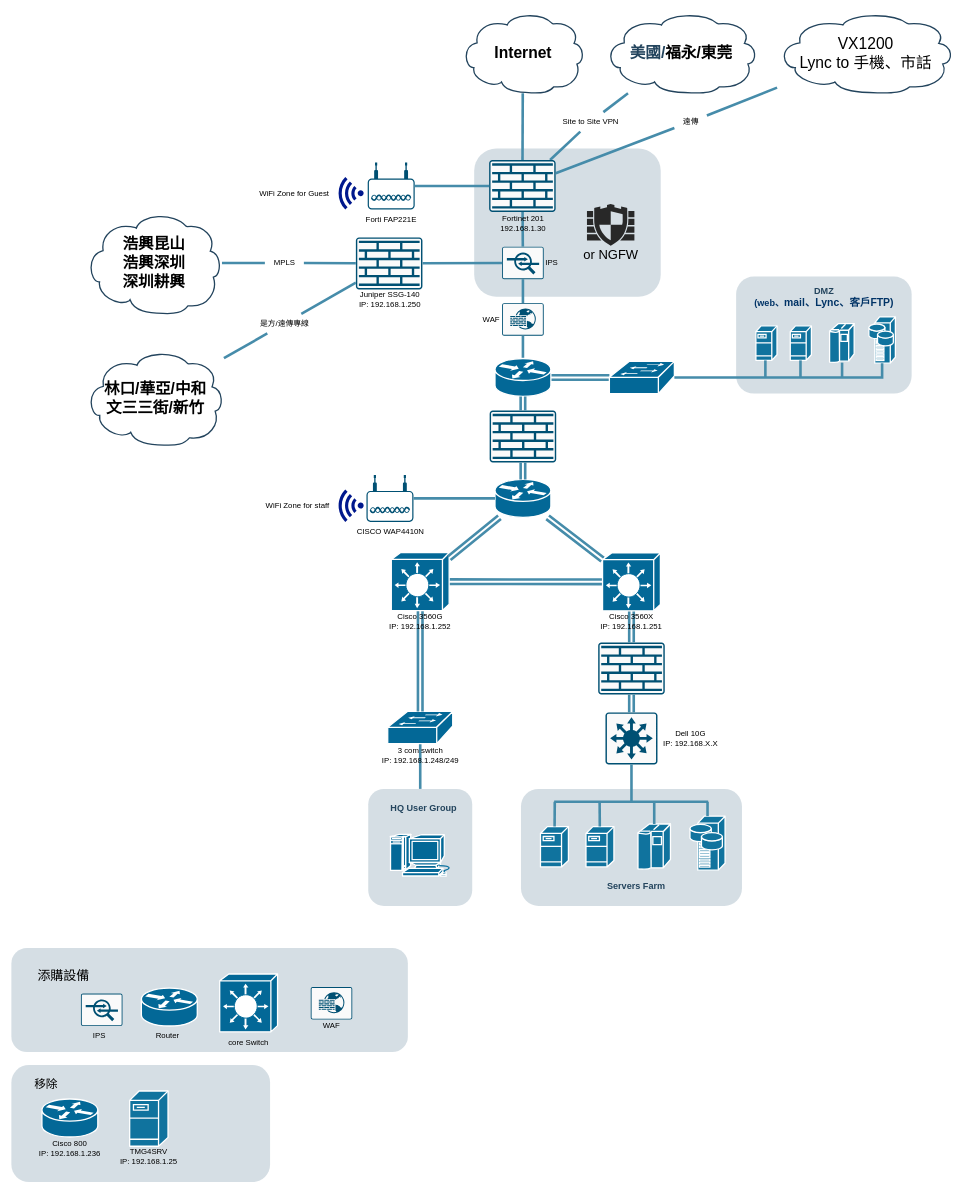
KevinKuo2519/AI-Prpgram keeps this draw.io diagram as HQ-V2.drawio. Above is the earlier version. Source tidied: cells renumbered, new cells numbered last; positions are measured from the earlier drawing's top-left corner, leaving out a move shared by most shapes. Both pictures are drawn from the tidied source at 65%, with x=0, y=0 at pixel (11, 12).
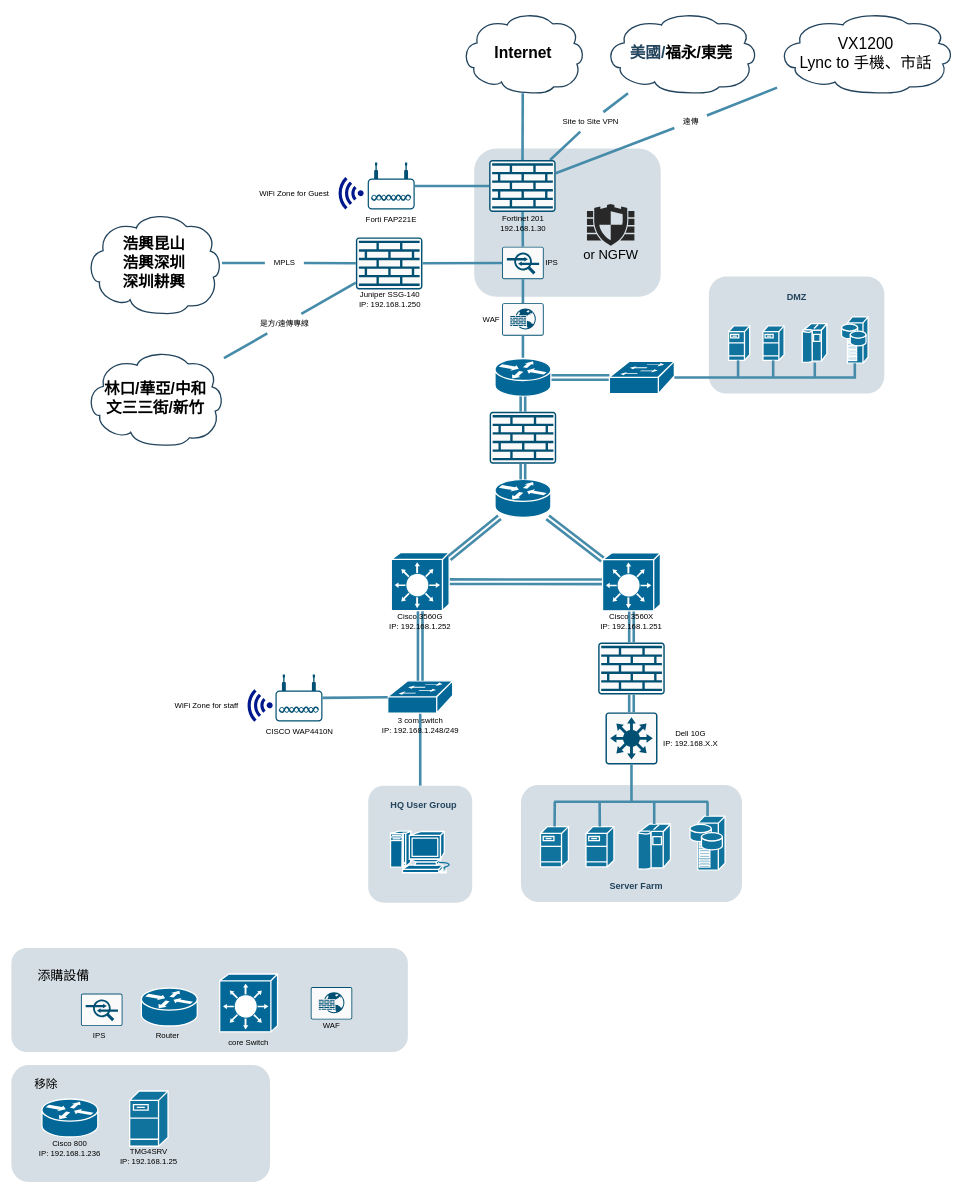
After the change.

The change refers to these unchanged cells:
```xml
<mxCell id="25" style="shape=mxgraph.cisco.switches.workgroup_switch;sketch=0;html=1;dashed=0;fillColor=#036897;strokeColor=#ffffff;strokeWidth=2;verticalLabelPosition=bottom;verticalAlign=top;align=center;outlineConnect=0;" parent="24" vertex="1">
  <mxGeometry x="12.2" width="100" height="49.5" as="geometry" />
</mxCell>
<mxCell id="50" style="shape=mxgraph.cisco.routers.router;sketch=0;html=1;dashed=0;fillColor=#036897;strokeColor=#ffffff;strokeWidth=2;verticalLabelPosition=bottom;verticalAlign=top;align=center;outlineConnect=0;" parent="1" vertex="1">
  <mxGeometry x="744" y="719" width="86" height="58.4" as="geometry" />
</mxCell>
```

Change to the diagram source:
```diff
@@
     <mxCell id="2" style="group;" parent="1" vertex="1">
-      <mxGeometry x="1115" y="407" width="270" height="180" as="geometry" />
+      <mxGeometry x="1073" y="407" width="270" height="180" as="geometry" />
     </mxCell>
@@
-    <mxCell id="4" value="&lt;font style=&quot;border-color: var(--border-color);&quot; color=&quot;#23445d&quot;&gt;DMZ&lt;/font&gt;&lt;br style=&quot;border-color: var(--border-color);&quot;&gt;&lt;font style=&quot;border-color: var(--border-color);&quot; color=&quot;#003366&quot;&gt;(web、&lt;span style=&quot;border-color: var(--border-color); font-size: 12pt; font-family: Calibri, sans-serif;&quot; lang=&quot;EN-US&quot;&gt;mail&lt;/span&gt;&lt;span style=&quot;border-color: var(--border-color); font-size: 12pt; font-family: 新細明體, serif;&quot;&gt;、&lt;/span&gt;&lt;span style=&quot;border-color: var(--border-color); font-size: 12pt; font-family: Calibri, sans-serif;&quot; lang=&quot;EN-US&quot;&gt;Lync&lt;/span&gt;&lt;span style=&quot;border-color: var(--border-color); font-size: 12pt; font-family: 新細明體, serif;&quot;&gt;、客戶&lt;/span&gt;&lt;span style=&quot;border-color: var(--border-color); font-size: 12pt; font-family: Calibri, sans-serif;&quot; lang=&quot;EN-US&quot;&gt;FTP)&lt;/span&gt;&lt;/font&gt;" style="rounded=1;whiteSpace=wrap;html=1;strokeColor=none;fillColor=none;fontSize=14;fontColor=#742B21;align=center;fontStyle=1;" parent="2" vertex="1">
+    <mxCell id="4" value="&lt;font style=&quot;border-color: var(--border-color);&quot; color=&quot;#23445d&quot;&gt;DMZ&lt;/font&gt;" style="rounded=1;whiteSpace=wrap;html=1;strokeColor=none;fillColor=none;fontSize=14;fontColor=#742B21;align=center;fontStyle=1;" parent="2" vertex="1">
       <mxGeometry x="14.5" y="22.7" width="241" height="19" as="geometry" />
     </mxCell>
@@
     <mxCell id="12" style="rounded=1;whiteSpace=wrap;html=1;strokeColor=none;fillColor=#BAC8D3;fontSize=24;fontColor=#23445D;align=center;opacity=60;" parent="1" vertex="1">
-      <mxGeometry x="784" y="1195.2" width="340" height="180" as="geometry" />
+      <mxGeometry x="784" y="1189.2" width="340" height="180" as="geometry" />
     </mxCell>
@@
     <mxCell id="20" value="&lt;p style=&quot;margin-top: 0pt; margin-bottom: 0pt; margin-left: 0in; direction: ltr; unicode-bidi: embed; word-break: normal; font-size: 24px;&quot;&gt;&lt;br&gt;&lt;/p&gt;" style="text;html=1;align=center;verticalAlign=middle;strokeColor=none;fillColor=none;" parent="1" vertex="1">
-      <mxGeometry x="585.5" y="1068.2" width="20" height="40" as="geometry" />
+      <mxGeometry x="585.5" y="1021.2" width="20" height="40" as="geometry" />
     </mxCell>
@@
     <mxCell id="24" style="group;" parent="1" vertex="1">
-      <mxGeometry x="566.8" y="1076" width="124.5" height="83" as="geometry" />
+      <mxGeometry x="566.8" y="1029" width="124.5" height="83" as="geometry" />
     </mxCell>
@@
     <mxCell id="28" style="group;" parent="1" vertex="1">
-      <mxGeometry x="549" y="1195.2" width="160" height="180" as="geometry" />
+      <mxGeometry x="549" y="1190.2" width="160" height="180" as="geometry" />
     </mxCell>
@@
-    <mxCell id="97" value="&lt;font color=&quot;#23445d&quot;&gt;Servers Farm&lt;/font&gt;" style="rounded=1;whiteSpace=wrap;html=1;strokeColor=none;fillColor=none;fontSize=14;fontColor=#742B21;align=center;fontStyle=1;" parent="1" vertex="1">
+    <mxCell id="97" value="&lt;font color=&quot;#23445d&quot;&gt;Server Farm&lt;/font&gt;" style="rounded=1;whiteSpace=wrap;html=1;strokeColor=none;fillColor=none;fontSize=14;fontColor=#742B21;align=center;fontStyle=1;" parent="1" vertex="1">
       <mxGeometry x="890" y="1335" width="143" height="19" as="geometry" />
     </mxCell>
@@
     <mxCell id="109" style="sketch=0;points=[[0.015,0.015,0],[0.985,0.015,0],[0.985,0.985,0],[0.015,0.985,0],[0.25,0,0],[0.5,0,0],[0.75,0,0],[1,0.25,0],[1,0.5,0],[1,0.75,0],[0.75,1,0],[0.5,1,0],[0.25,1,0],[0,0.75,0],[0,0.5,0],[0,0.25,0]];verticalLabelPosition=bottom;html=1;verticalAlign=top;align=center;shape=mxgraph.cisco19.rect;prIcon=firewall;fillColor=#FAFAFA;strokeColor=#005073;" parent="1" vertex="1">
-      <mxGeometry x="735.8" y="613" width="102.4" height="80" as="geometry" />
+      <mxGeometry x="735.8" y="615" width="102.4" height="80" as="geometry" />
     </mxCell>
@@
     <mxCell id="116" style="sketch=0;shadow=0;dashed=0;html=1;strokeColor=none;labelPosition=center;verticalLabelPosition=bottom;verticalAlign=top;align=center;fillColor=#00188D;shape=mxgraph.mscae.enterprise.wireless_connection;direction=west;" parent="1" vertex="1">
-      <mxGeometry x="500" y="734.4" width="42" height="50" as="geometry" />
+      <mxGeometry x="360" y="1041.7" width="42" height="50" as="geometry" />
     </mxCell>
@@
     <mxCell id="118" value="WiFi Zone for staff" style="text;html=1;align=center;verticalAlign=middle;strokeColor=none;fillColor=none;" parent="1" vertex="1">
-      <mxGeometry x="380" y="744.4" width="120" height="30" as="geometry" />
+      <mxGeometry x="240" y="1051.7" width="120" height="30" as="geometry" />
     </mxCell>
@@
     <mxCell id="120" style="points=[[0.03,0.36,0],[0.18,0,0],[0.5,0.34,0],[0.82,0,0],[0.97,0.36,0],[1,0.67,0],[0.975,0.975,0],[0.5,1,0],[0.025,0.975,0],[0,0.67,0]];verticalLabelPosition=bottom;sketch=0;html=1;verticalAlign=top;align=center;shape=mxgraph.cisco19.wireless_access_point;fillColor=#005073;strokeColor=none;" parent="1" vertex="1">
-      <mxGeometry x="546.3" y="712.1" width="72.3" height="72.3" as="geometry" />
+      <mxGeometry x="406.3" y="1019.3" width="72.3" height="72.3" as="geometry" />
     </mxCell>
-    <mxCell id="121" style="rounded=1;jettySize=auto;html=1;strokeColor=#468CAA;endArrow=none;endFill=0;strokeWidth=4;" parent="1" edge="1" source="50" target="120">
+    <mxCell id="121" style="rounded=1;jettySize=auto;html=1;strokeColor=#468CAA;endArrow=none;endFill=0;strokeWidth=4;" parent="1" edge="1" source="25" target="120">
       <mxGeometry relative="1" as="geometry" />
     </mxCell>
     <mxCell id="122" value="CISCO WAP4410N" style="text;html=1;align=center;verticalAlign=middle;strokeColor=none;fillColor=none;" parent="1" vertex="1">
-      <mxGeometry x="517.5" y="784.4" width="130" height="30" as="geometry" />
+      <mxGeometry x="377.5" y="1091.7" width="130" height="30" as="geometry" />
     </mxCell>
```
